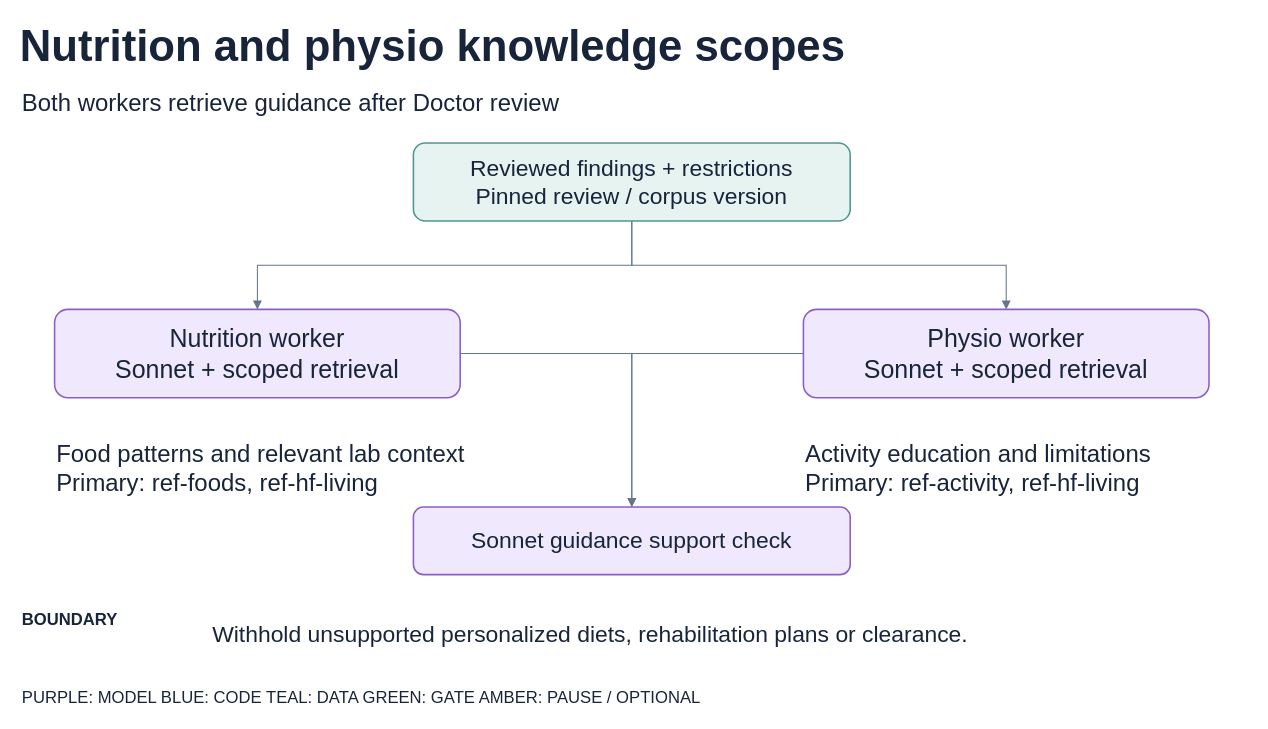
DanielZ0217/AWS-Hackathon keeps this draw.io diagram as page "Nutrition and physio knowledge scopes" (11 of 15) of presentation/output/Healthcare_Agent_Architecture.drawio. Above is the earlier version. Source tidied: cells renumbered, new cells numbered last; positions are measured from the earlier drawing's top-left corner, leaving out a move shared by most shapes. Both pictures are drawn from the tidied source at 104%, with x=0, y=0 at pixel (18, 18).
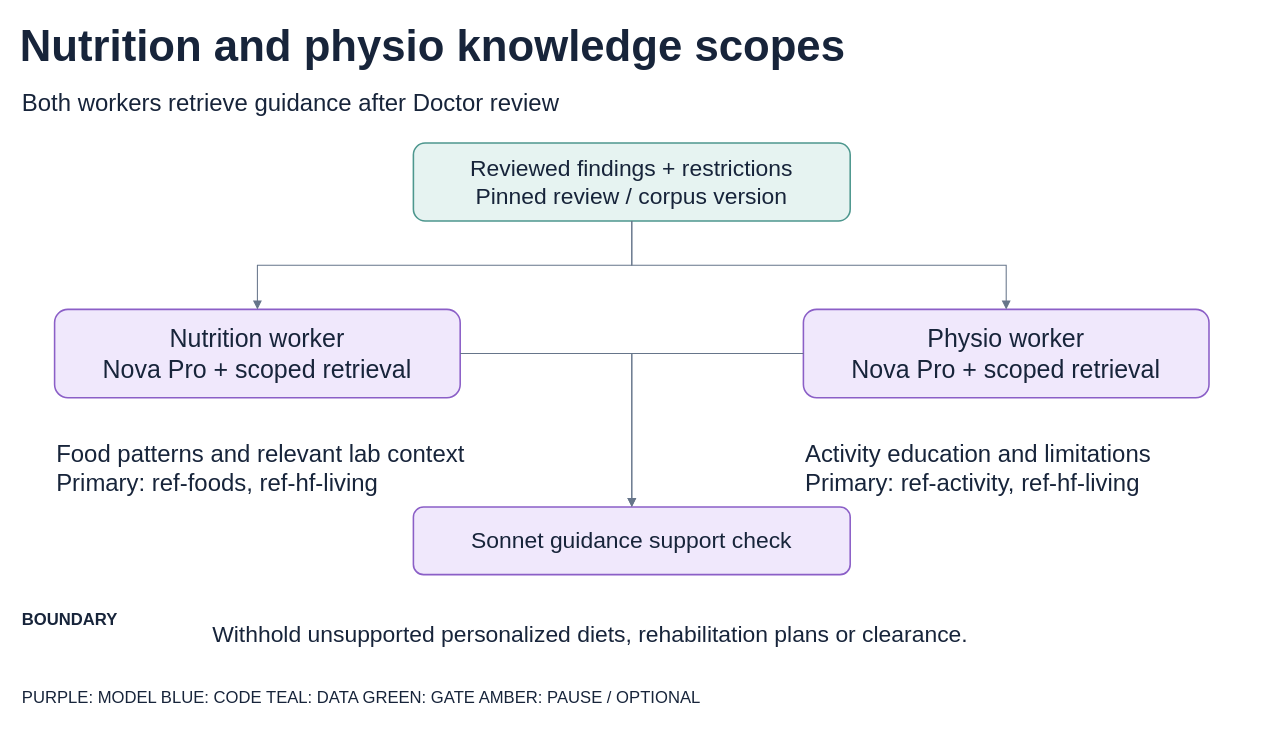
The same page after the edit.

Change to the diagram source:
```diff
@@
 <mxGraphModel>
   <root>
     <mxCell id="0" />
     <mxCell id="1" parent="0" />
     <mxCell id="2" value="Nutrition and physio knowledge scopes" style="text;html=0;whiteSpace=wrap;align=left;verticalAlign=middle;fontFamily=Arial;fontSize=42;fontColor=#17243A;fontStyle=1;" parent="1" vertex="1">
       <mxGeometry width="1175" height="55" as="geometry" />
     </mxCell>
     <mxCell id="3" value="Both workers retrieve guidance after Doctor review" style="text;html=0;whiteSpace=wrap;align=left;verticalAlign=middle;fontFamily=Arial;fontSize=23;fontColor=#17243A;fontStyle=0;" parent="1" vertex="1">
       <mxGeometry x="2" y="63" width="1175" height="38" as="geometry" />
     </mxCell>
     <mxCell id="4" value="Reviewed findings + restrictions&#10;Pinned review / corpus version" style="rounded=1;whiteSpace=wrap;html=0;fillColor=#E6F3F1;strokeColor=#4D978E;strokeWidth=1.5;fontFamily=Arial;fontSize=22;fontColor=#17243A;spacing=10;" parent="1" vertex="1">
       <mxGeometry x="380" y="120" width="420" height="75" as="geometry" />
     </mxCell>
-    <mxCell id="5" value="Nutrition worker&#10;Sonnet + scoped retrieval" style="rounded=1;whiteSpace=wrap;html=0;fillColor=#F0E8FC;strokeColor=#8B5FC7;strokeWidth=1.5;fontFamily=Arial;fontSize=24;fontColor=#17243A;spacing=10;" parent="1" vertex="1">
+    <mxCell id="5" value="Nutrition worker&#10;Nova Pro + scoped retrieval" style="rounded=1;whiteSpace=wrap;html=0;fillColor=#F0E8FC;strokeColor=#8B5FC7;strokeWidth=1.5;fontFamily=Arial;fontSize=24;fontColor=#17243A;spacing=10;" parent="1" vertex="1">
       <mxGeometry x="35" y="280" width="390" height="85" as="geometry" />
     </mxCell>
-    <mxCell id="6" value="Physio worker&#10;Sonnet + scoped retrieval" style="rounded=1;whiteSpace=wrap;html=0;fillColor=#F0E8FC;strokeColor=#8B5FC7;strokeWidth=1.5;fontFamily=Arial;fontSize=24;fontColor=#17243A;spacing=10;" parent="1" vertex="1">
+    <mxCell id="6" value="Physio worker&#10;Nova Pro + scoped retrieval" style="rounded=1;whiteSpace=wrap;html=0;fillColor=#F0E8FC;strokeColor=#8B5FC7;strokeWidth=1.5;fontFamily=Arial;fontSize=24;fontColor=#17243A;spacing=10;" parent="1" vertex="1">
       <mxGeometry x="755" y="280" width="390" height="85" as="geometry" />
     </mxCell>
     <mxCell id="7" value="Sonnet guidance support check" style="rounded=1;whiteSpace=wrap;html=0;fillColor=#F0E8FC;strokeColor=#8B5FC7;strokeWidth=1.5;fontFamily=Arial;fontSize=22;fontColor=#17243A;spacing=10;" parent="1" vertex="1">
       <mxGeometry x="380" y="470" width="420" height="65" as="geometry" />
     </mxCell>
     <mxCell id="8" style="edgeStyle=orthogonalEdgeStyle;rounded=0;endArrow=block;strokeColor=#66758A;dashed=0;exitX=0.5;exitY=1;entryX=0.5;entryY=0;" parent="1" edge="1" source="4" target="5">
       <mxGeometry relative="1" as="geometry" />
     </mxCell>
     <mxCell id="9" style="edgeStyle=orthogonalEdgeStyle;rounded=0;endArrow=block;strokeColor=#66758A;dashed=0;exitX=0.5;exitY=1;entryX=0.5;entryY=0;" parent="1" edge="1" source="4" target="6">
       <mxGeometry relative="1" as="geometry" />
     </mxCell>
     <mxCell id="10" style="edgeStyle=orthogonalEdgeStyle;rounded=0;endArrow=block;strokeColor=#66758A;dashed=0;exitX=1;exitY=0.5;entryX=0.5;entryY=0;" parent="1" edge="1" source="5" target="7">
       <mxGeometry relative="1" as="geometry" />
     </mxCell>
     <mxCell id="11" style="edgeStyle=orthogonalEdgeStyle;rounded=0;endArrow=block;strokeColor=#66758A;dashed=0;exitX=0;exitY=0.5;entryX=0.5;entryY=0;" parent="1" edge="1" source="6" target="7">
       <mxGeometry relative="1" as="geometry" />
     </mxCell>
     <mxCell id="12" value="Food patterns and relevant lab context&#10;Primary: ref-foods, ref-hf-living" style="text;html=0;whiteSpace=wrap;align=left;verticalAlign=middle;fontFamily=Arial;fontSize=23;fontColor=#17243A;fontStyle=0;" parent="1" vertex="1">
       <mxGeometry x="35" y="390" width="430" height="85" as="geometry" />
     </mxCell>
     <mxCell id="13" value="Activity education and limitations&#10;Primary: ref-activity, ref-hf-living" style="text;html=0;whiteSpace=wrap;align=left;verticalAlign=middle;fontFamily=Arial;fontSize=23;fontColor=#17243A;fontStyle=0;" parent="1" vertex="1">
       <mxGeometry x="755" y="390" width="430" height="85" as="geometry" />
     </mxCell>
     <mxCell id="14" value="BOUNDARY" style="text;html=0;whiteSpace=wrap;align=left;verticalAlign=middle;fontFamily=Arial;fontSize=16;fontColor=#17243A;fontStyle=1;" parent="1" vertex="1">
       <mxGeometry x="2" y="564" width="175" height="28" as="geometry" />
     </mxCell>
     <mxCell id="15" value="Withhold unsupported personalized diets, rehabilitation plans or clearance." style="text;html=0;whiteSpace=wrap;align=left;verticalAlign=middle;fontFamily=Arial;fontSize=22;fontColor=#17243A;fontStyle=0;" parent="1" vertex="1">
       <mxGeometry x="185" y="560" width="980" height="65" as="geometry" />
     </mxCell>
     <mxCell id="16" value="PURPLE: MODEL     BLUE: CODE     TEAL: DATA     GREEN: GATE     AMBER: PAUSE / OPTIONAL" style="text;html=0;whiteSpace=wrap;align=left;verticalAlign=middle;fontFamily=Arial;fontSize=16;fontColor=#17243A;fontStyle=0;" parent="1" vertex="1">
       <mxGeometry x="2" y="639" width="1170" height="28" as="geometry" />
     </mxCell>
   </root>
 </mxGraphModel>
```
